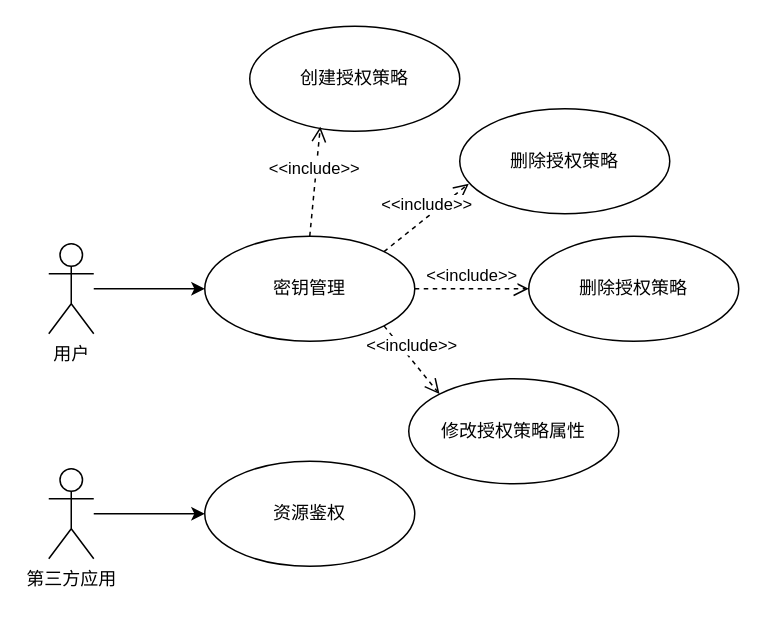
Earlier version of the draw.io diagram 资源鉴权.drawio (elisaovivo/restful-api-demo). Source tidied: cells renumbered, new cells numbered last; positions are measured from the earlier drawing's top-left corner, leaving out a move shared by most shapes. Both pictures are drawn from the tidied source at 150%, with x=0, y=0 at pixel (48, 26).
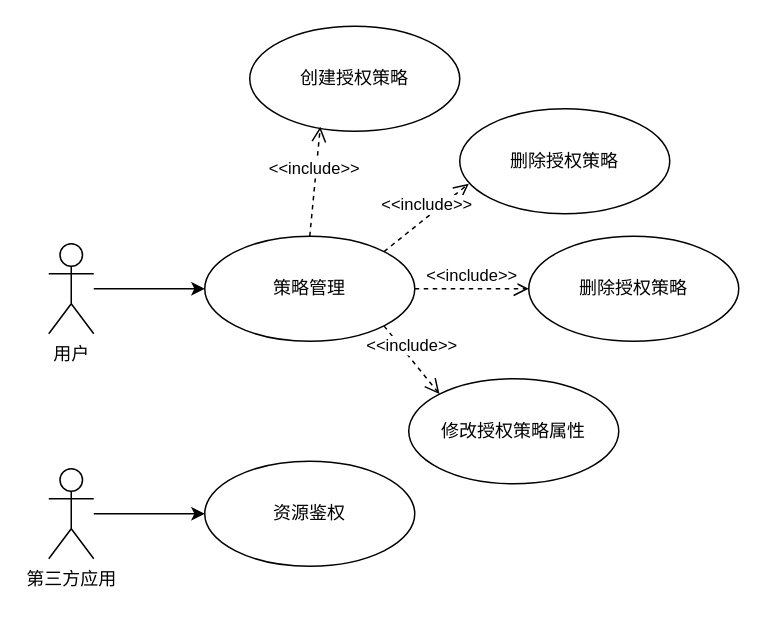
After the change.

Commit message:
更新资源鉴权.drawio

The edit, as a diff of the source:
```diff
@@
 <mxGraphModel>
   <root>
     <mxCell id="0" />
     <mxCell id="1" parent="0" />
     <mxCell id="2" style="edgeStyle=orthogonalEdgeStyle;rounded=0;jettySize=auto;html=1;" parent="1" edge="1" source="3">
       <mxGeometry relative="1" as="geometry">
         <mxPoint x="104" y="325" as="targetPoint" />
       </mxGeometry>
     </mxCell>
     <mxCell id="3" value="第三方应用" style="shape=umlActor;verticalLabelPosition=bottom;verticalAlign=top;html=1;outlineConnect=0;" parent="1" vertex="1">
       <mxGeometry y="295" width="30" height="60" as="geometry" />
     </mxCell>
     <mxCell id="4" style="edgeStyle=orthogonalEdgeStyle;rounded=0;jettySize=auto;html=1;" parent="1" edge="1" source="5">
       <mxGeometry relative="1" as="geometry">
         <mxPoint x="104" y="175" as="targetPoint" />
       </mxGeometry>
     </mxCell>
     <mxCell id="5" value="用户" style="shape=umlActor;verticalLabelPosition=bottom;verticalAlign=top;html=1;outlineConnect=0;" parent="1" vertex="1">
       <mxGeometry y="145" width="30" height="60" as="geometry" />
     </mxCell>
     <mxCell id="6" value="资源鉴权" style="ellipse;whiteSpace=wrap;html=1;" parent="1" vertex="1">
       <mxGeometry x="104" y="290" width="140" height="70" as="geometry" />
     </mxCell>
     <mxCell id="7" value="创建授权策略" style="ellipse;whiteSpace=wrap;html=1;" parent="1" vertex="1">
       <mxGeometry x="134" width="140" height="70" as="geometry" />
     </mxCell>
-    <mxCell id="8" value="密钥管理" style="ellipse;whiteSpace=wrap;html=1;" parent="1" vertex="1">
+    <mxCell id="8" value="策略管理" style="ellipse;whiteSpace=wrap;html=1;" parent="1" vertex="1">
       <mxGeometry x="104" y="140" width="140" height="70" as="geometry" />
     </mxCell>
     <mxCell id="9" value="删除授权策略" style="ellipse;whiteSpace=wrap;html=1;" parent="1" vertex="1">
       <mxGeometry x="274" y="55" width="140" height="70" as="geometry" />
     </mxCell>
     <mxCell id="10" value="删除授权策略" style="ellipse;whiteSpace=wrap;html=1;" parent="1" vertex="1">
       <mxGeometry x="320" y="140" width="140" height="70" as="geometry" />
     </mxCell>
     <mxCell id="11" value="修改授权策略属性" style="ellipse;whiteSpace=wrap;html=1;" parent="1" vertex="1">
       <mxGeometry x="240" y="235" width="140" height="70" as="geometry" />
     </mxCell>
     <mxCell id="12" value="&amp;lt;&amp;lt;include&amp;gt;&amp;gt;" style="html=1;verticalAlign=bottom;endArrow=open;dashed=1;endSize=8;elbow=vertical;rounded=0;entryX=0.336;entryY=0.957;entryDx=0;entryDy=0;entryPerimeter=0;exitX=0.5;exitY=0;exitDx=0;exitDy=0;" parent="1" edge="1" source="8" target="7">
       <mxGeometry x="-0.01" relative="1" as="geometry" />
     </mxCell>
     <mxCell id="13" value="&amp;lt;&amp;lt;include&amp;gt;&amp;gt;" style="html=1;verticalAlign=bottom;endArrow=open;dashed=1;endSize=8;elbow=vertical;rounded=0;entryX=0.043;entryY=0.714;entryDx=0;entryDy=0;entryPerimeter=0;exitX=1;exitY=0;exitDx=0;exitDy=0;" parent="1" edge="1" source="8" target="9">
       <mxGeometry x="-0.01" relative="1" as="geometry" />
     </mxCell>
     <mxCell id="14" value="&amp;lt;&amp;lt;include&amp;gt;&amp;gt;" style="html=1;verticalAlign=bottom;endArrow=open;dashed=1;endSize=8;elbow=vertical;rounded=0;entryX=0;entryY=0.5;entryDx=0;entryDy=0;exitX=1;exitY=0.5;exitDx=0;exitDy=0;" parent="1" edge="1" source="8" target="10">
       <mxGeometry x="-0.01" relative="1" as="geometry" />
     </mxCell>
     <mxCell id="15" value="&amp;lt;&amp;lt;include&amp;gt;&amp;gt;" style="html=1;verticalAlign=bottom;endArrow=open;dashed=1;endSize=8;elbow=vertical;rounded=0;entryX=0;entryY=0;entryDx=0;entryDy=0;exitX=1;exitY=1;exitDx=0;exitDy=0;" parent="1" edge="1" source="8" target="11">
       <mxGeometry x="-0.01" relative="1" as="geometry" />
     </mxCell>
   </root>
 </mxGraphModel>
```
